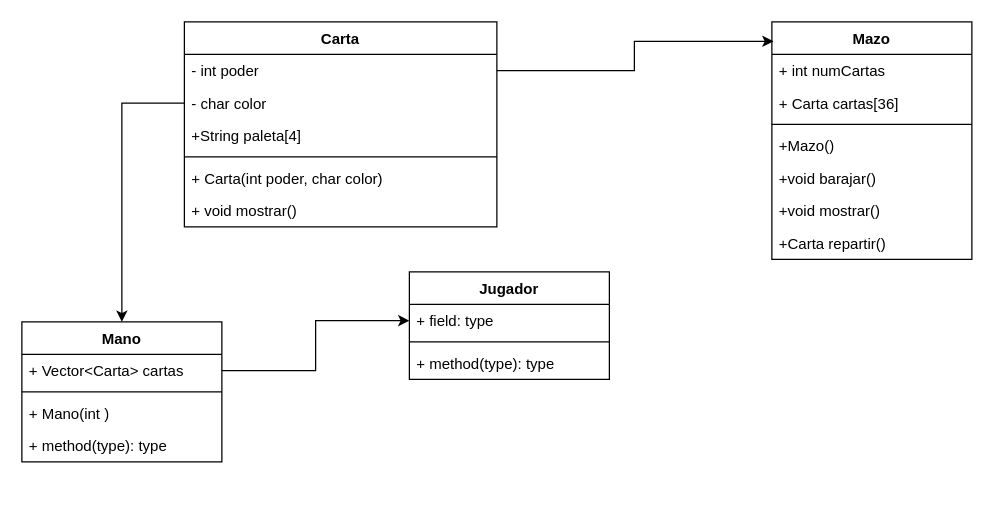
Above: Diagrama sin título.drawio in Samuel-ITM/test (draw.io), before the change. Source tidied: cells renumbered, new cells numbered last; positions are measured from the earlier drawing's top-left corner, leaving out a move shared by most shapes. Both pictures are drawn from the tidied source at 125%, with x=0, y=0 at pixel (21, 21).
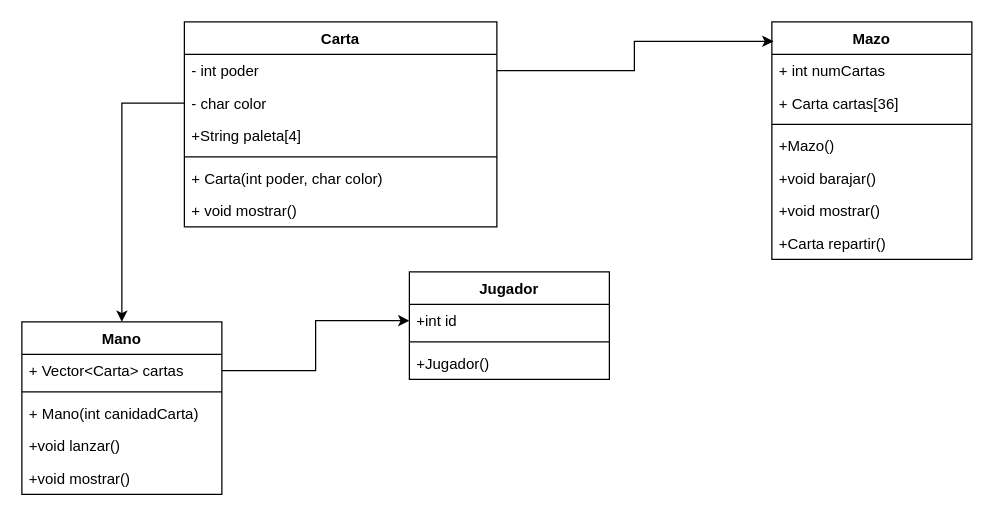
Above is the later version.

The change refers to these unchanged cells:
```xml
<mxCell id="17" value="Jugador" style="swimlane;fontStyle=1;align=center;verticalAlign=top;horizontal=1;startSize=26;whiteSpace=wrap;html=1;" parent="1" vertex="1">
  <mxGeometry x="310" y="200" width="160" height="86" as="geometry" />
</mxCell>
```

The edit, as a diff of the source:
```diff
@@
-    <mxCell id="18" value="+ field: type" style="text;strokeColor=none;fillColor=none;align=left;verticalAlign=top;spacingLeft=4;spacingRight=4;overflow=hidden;points=[[0,0.5],[1,0.5]];portConstraint=eastwest;whiteSpace=wrap;html=1;" parent="17" vertex="1">
+    <mxCell id="18" value="+int id" style="text;strokeColor=none;fillColor=none;align=left;verticalAlign=top;spacingLeft=4;spacingRight=4;overflow=hidden;points=[[0,0.5],[1,0.5]];portConstraint=eastwest;whiteSpace=wrap;html=1;" parent="17" vertex="1">
       <mxGeometry y="26" width="160" height="26" as="geometry" />
     </mxCell>
@@
-    <mxCell id="20" value="+ method(type): type" style="text;strokeColor=none;fillColor=none;align=left;verticalAlign=top;spacingLeft=4;spacingRight=4;overflow=hidden;whiteSpace=wrap;html=1;" parent="17" vertex="1">
+    <mxCell id="20" value="+Jugador()" style="text;strokeColor=none;fillColor=none;align=left;verticalAlign=top;spacingLeft=4;spacingRight=4;overflow=hidden;whiteSpace=wrap;html=1;" parent="17" vertex="1">
       <mxGeometry y="60" width="160" height="26" as="geometry" />
     </mxCell>
     <mxCell id="21" value="Mano" style="swimlane;fontStyle=1;align=center;verticalAlign=top;horizontal=1;startSize=26;whiteSpace=wrap;html=1;" parent="1" vertex="1">
-      <mxGeometry y="240" width="160" height="112" as="geometry" />
+      <mxGeometry y="240" width="160" height="138" as="geometry" />
     </mxCell>
@@
-    <mxCell id="24" value="+ Mano(int )" style="text;strokeColor=none;fillColor=none;align=left;verticalAlign=top;spacingLeft=4;spacingRight=4;overflow=hidden;whiteSpace=wrap;html=1;" parent="21" vertex="1">
+    <mxCell id="24" value="+ Mano(int canidadCarta)" style="text;strokeColor=none;fillColor=none;align=left;verticalAlign=top;spacingLeft=4;spacingRight=4;overflow=hidden;whiteSpace=wrap;html=1;" parent="21" vertex="1">
       <mxGeometry y="60" width="160" height="26" as="geometry" />
     </mxCell>
-    <mxCell id="25" value="+ method(type): type" style="text;strokeColor=none;fillColor=none;align=left;verticalAlign=top;spacingLeft=4;spacingRight=4;overflow=hidden;whiteSpace=wrap;html=1;" parent="21" vertex="1">
+    <mxCell id="25" value="+void lanzar()" style="text;strokeColor=none;fillColor=none;align=left;verticalAlign=top;spacingLeft=4;spacingRight=4;overflow=hidden;whiteSpace=wrap;html=1;" parent="21" vertex="1">
       <mxGeometry y="86" width="160" height="26" as="geometry" />
     </mxCell>
+    <mxCell id="29" value="+void mostrar()" style="text;strokeColor=none;fillColor=none;align=left;verticalAlign=top;spacingLeft=4;spacingRight=4;overflow=hidden;whiteSpace=wrap;html=1;" parent="21" vertex="1">
+      <mxGeometry y="112" width="160" height="26" as="geometry" />
+    </mxCell>
```
